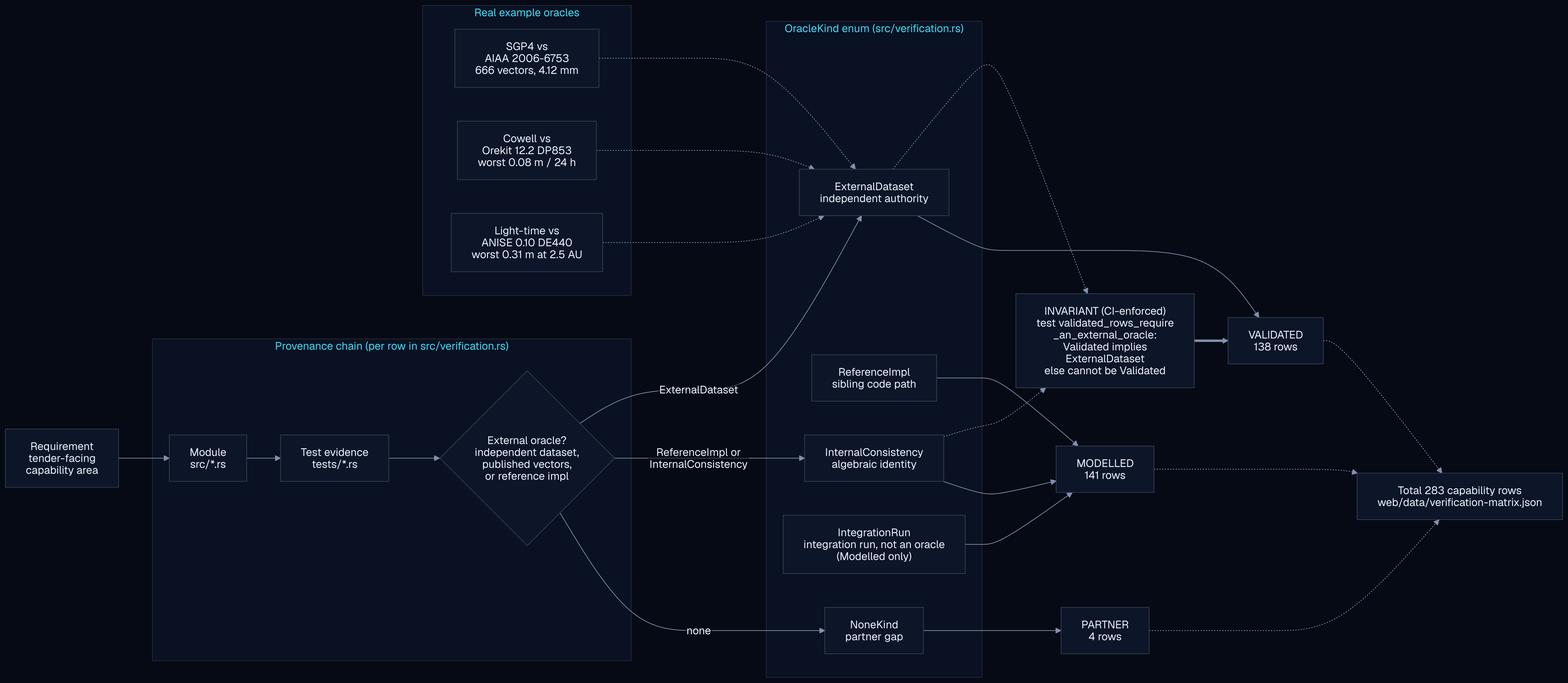
The Mermaid diagram docs/assets/diagrams/validation-provenance.png in ashfordeOU/kshana, before a commit. Its source is kept beside it as docs/diagrams/validation-provenance.mmd. Source of this version:
```mermaid
flowchart LR
    REQ["Requirement<br/>tender-facing<br/>capability area"]

    subgraph CHAIN["Provenance chain (per row in src/verification.rs)"]
        direction LR
        MOD["Module<br/>src/*.rs"]
        TST["Test evidence<br/>tests/*.rs"]
        ORA{"External oracle?<br/>independent dataset,<br/>published vectors,<br/>or reference impl"}
    end

    REQ --> MOD --> TST --> ORA

    subgraph KINDS["OracleKind enum (src/verification.rs)"]
        direction TD
        EXT["ExternalDataset<br/>independent authority"]
        REF["ReferenceImpl<br/>sibling code path"]
        INT["InternalConsistency<br/>algebraic identity"]
        IRN["IntegrationRun<br/>integration run, not an oracle<br/>(Modelled only)"]
        NON["NoneKind<br/>partner gap"]
    end

    ORA -->|ExternalDataset| EXT
    ORA -->|"ReferenceImpl or<br/>InternalConsistency"| INT
    ORA -->|none| NON

    GUARD["INVARIANT (CI-enforced)<br/>test validated_rows_require<br/>_an_external_oracle:<br/>Validated implies<br/>ExternalDataset<br/>else cannot be Validated"]
    EXT -.-> GUARD
    INT -.-> GUARD

    EXT --> VAL["VALIDATED<br/>138 rows"]
    REF --> MDL["MODELLED<br/>141 rows"]
    INT --> MDL
    IRN --> MDL
    NON --> PRT["PARTNER<br/>4 rows"]
    GUARD ==> VAL

    subgraph EX["Real example oracles"]
        direction TD
        E1["SGP4 vs<br/>AIAA 2006-6753<br/>666 vectors, 4.12 mm"]
        E2["Cowell vs<br/>Orekit 12.2 DP853<br/>worst 0.08 m / 24 h"]
        E3["Light-time vs<br/>ANISE 0.10 DE440<br/>worst 0.31 m at 2.5 AU"]
    end

    E1 -.-> EXT
    E2 -.-> EXT
    E3 -.-> EXT

    TOTAL["Total 283 capability rows<br/>web/data/verification-matrix.json"]
    VAL -.-> TOTAL
    MDL -.-> TOTAL
    PRT -.-> TOTAL
```
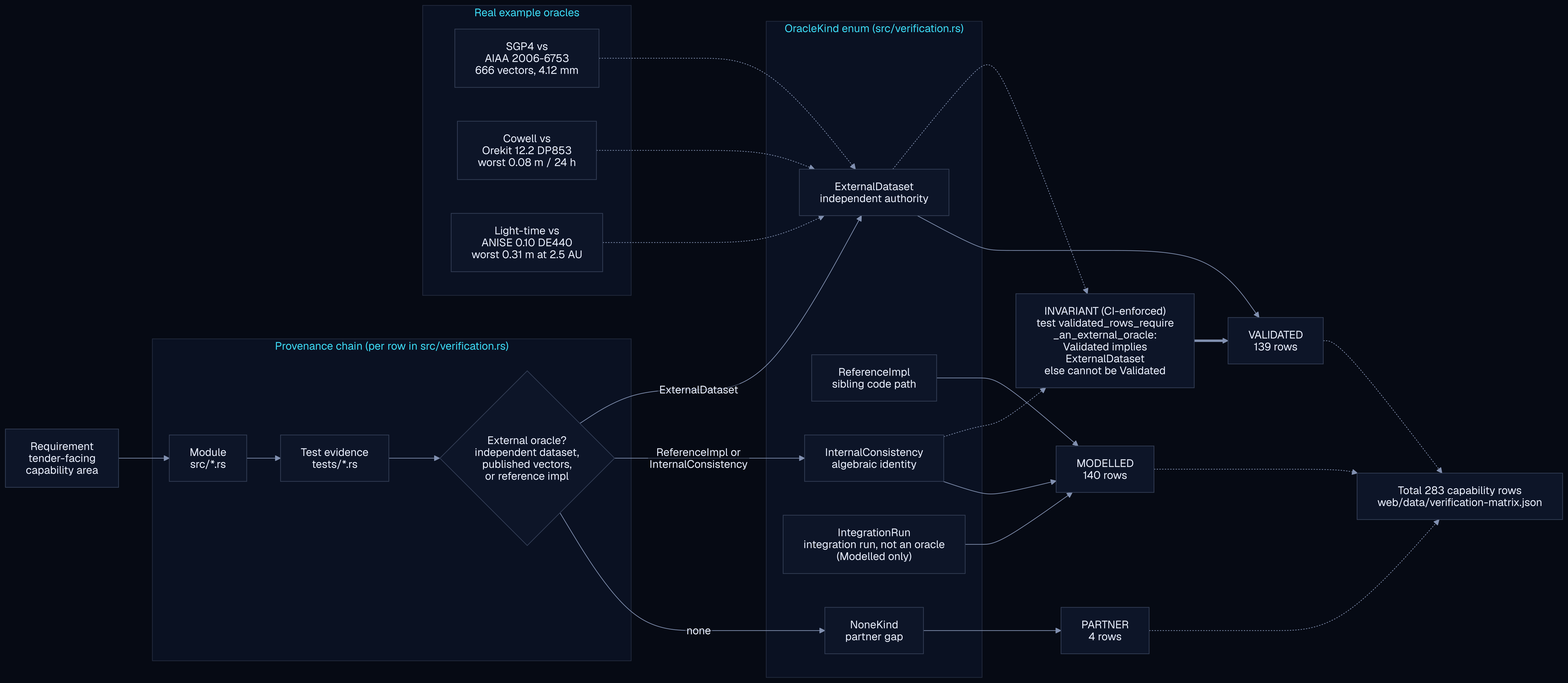
After the change.

The edit, as a diff of the source:
```diff
@@ -27,8 +27,8 @@
     EXT -.-> GUARD
     INT -.-> GUARD
 
-    EXT --> VAL["VALIDATED<br/>138 rows"]
-    REF --> MDL["MODELLED<br/>141 rows"]
+    EXT --> VAL["VALIDATED<br/>139 rows"]
+    REF --> MDL["MODELLED<br/>140 rows"]
     INT --> MDL
     IRN --> MDL
     NON --> PRT["PARTNER<br/>4 rows"]
```
